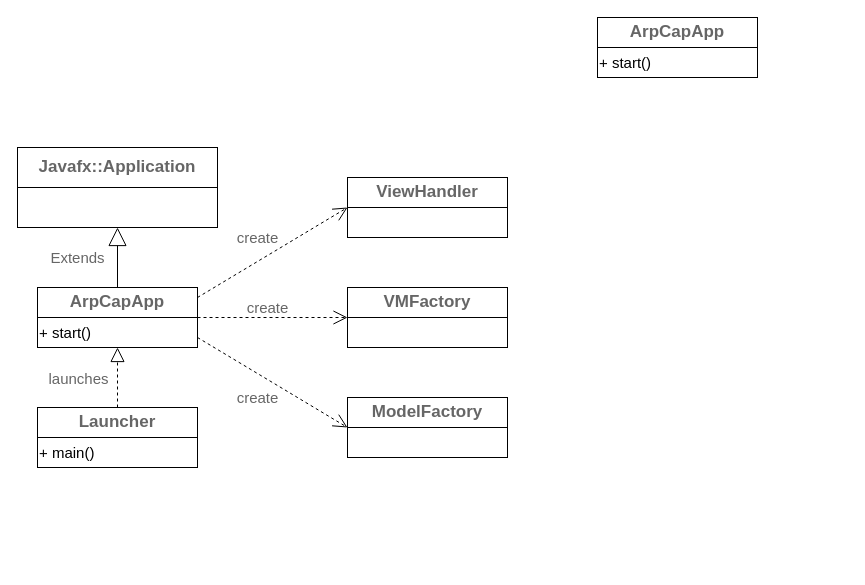
This is CS/ComputerNetwork/ArpCapture.drawio from umiskky/Diagrams, a draw.io file, before an edit. Source tidied: cells renumbered, new cells numbered last; positions are measured from the earlier drawing's top-left corner, leaving out a move shared by most shapes. Both pictures are drawn from the tidied source at 100%, with x=0, y=0 at pixel (17, 17).
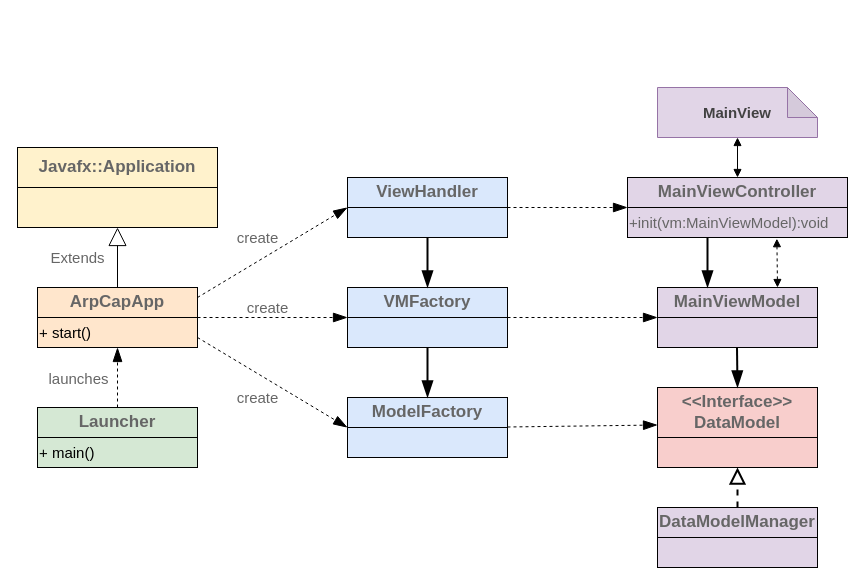
Above is the later version.

Unchanged cells that the change refers to:
```xml
<mxCell id="7" value="&lt;span style=&quot;color: rgb(0 , 0 , 0)&quot;&gt;+ start()&lt;/span&gt;" style="rounded=0;whiteSpace=wrap;html=1;shadow=0;dashed=0;fontSize=15;fontColor=#666666;strokeColor=#000000;strokeWidth=1;fillColor=inherit;gradientColor=inherit;align=left;" parent="5" vertex="1">
  <mxGeometry y="30" width="160" height="30" as="geometry" />
</mxCell>
<mxCell id="16" style="rounded=0;whiteSpace=wrap;html=1;shadow=0;dashed=0;fontSize=15;fontColor=#666666;strokeColor=#000000;strokeWidth=1;fillColor=inherit;gradientColor=inherit;align=left;" parent="14" vertex="1">
  <mxGeometry y="30" width="160" height="30" as="geometry" />
</mxCell>
<mxCell id="21" value="&lt;span style=&quot;font-size: 17px ; font-weight: 700&quot;&gt;VMFactory&lt;/span&gt;" style="rounded=0;whiteSpace=wrap;html=1;shadow=0;dashed=0;fontSize=15;fontColor=#666666;strokeColor=#000000;strokeWidth=1;fillColor=inherit;gradientColor=inherit;" parent="20" vertex="1">
  <mxGeometry width="160" height="30" as="geometry" />
</mxCell>
<mxCell id="22" style="rounded=0;whiteSpace=wrap;html=1;shadow=0;dashed=0;fontSize=15;fontColor=#666666;strokeColor=#000000;strokeWidth=1;fillColor=inherit;gradientColor=inherit;align=left;" parent="20" vertex="1">
  <mxGeometry y="30" width="160" height="30" as="geometry" />
</mxCell>
<mxCell id="24" value="&lt;span style=&quot;font-size: 17px ; font-weight: 700&quot;&gt;ModelFactory&lt;/span&gt;" style="rounded=0;whiteSpace=wrap;html=1;shadow=0;dashed=0;fontSize=15;fontColor=#666666;strokeColor=#000000;strokeWidth=1;fillColor=inherit;gradientColor=inherit;" parent="23" vertex="1">
  <mxGeometry width="160" height="30" as="geometry" />
</mxCell>
```

What changed in the source:
```diff
@@
-    <mxCell id="2" style="group;" parent="1" vertex="1">
+    <mxCell id="2" style="group;fillColor=#fff2cc;strokeColor=#d6b656;" parent="1" vertex="1">
       <mxGeometry y="130" width="200" height="80" as="geometry" />
     </mxCell>
@@
-    <mxCell id="5" style="group;" parent="1" vertex="1">
+    <mxCell id="5" style="group;fillColor=#ffe6cc;strokeColor=#d79b00;" parent="1" vertex="1">
       <mxGeometry x="20" y="270" width="160" height="60" as="geometry" />
     </mxCell>
@@
-    <mxCell id="9" style="group;" parent="1" vertex="1">
+    <mxCell id="9" style="group;fillColor=#d5e8d4;strokeColor=#82b366;" parent="1" vertex="1">
       <mxGeometry x="20" y="390" width="160" height="60" as="geometry" />
     </mxCell>
@@
-    <mxCell id="12" style="endArrow=block;dashed=1;endFill=0;endSize=12;html=1;fontSize=15;fontColor=#666666;entryX=0.5;entryY=1;entryDx=0;entryDy=0;" parent="9" edge="1" target="7">
+    <mxCell id="12" style="endArrow=blockThin;dashed=1;endFill=1;endSize=12;html=1;fontSize=15;fontColor=#666666;entryX=0.5;entryY=1;entryDx=0;entryDy=0;" parent="9" edge="1" target="7">
       <mxGeometry relative="1" as="geometry">
         <mxPoint x="80" as="sourcePoint" />
       </mxGeometry>
     </mxCell>
@@
-    <mxCell id="14" style="group;" parent="1" vertex="1">
+    <mxCell id="14" style="group;fillColor=#dae8fc;strokeColor=#6c8ebf;" parent="1" vertex="1">
       <mxGeometry x="330" y="160" width="160" height="60" as="geometry" />
     </mxCell>
@@
-    <mxCell id="17" style="group;" parent="1" vertex="1">
-      <mxGeometry x="580" width="160" height="60" as="geometry" />
-    </mxCell>
-    <mxCell id="18" value="&lt;span style=&quot;font-size: 17px ; font-weight: 700&quot;&gt;ArpCapApp&lt;/span&gt;" style="rounded=0;whiteSpace=wrap;html=1;shadow=0;dashed=0;fontSize=15;fontColor=#666666;strokeColor=#000000;strokeWidth=1;fillColor=inherit;gradientColor=inherit;" parent="17" vertex="1">
-      <mxGeometry width="160" height="30" as="geometry" />
-    </mxCell>
-    <mxCell id="19" value="&lt;span style=&quot;color: rgb(0 , 0 , 0)&quot;&gt;+ start()&lt;/span&gt;" style="rounded=0;whiteSpace=wrap;html=1;shadow=0;dashed=0;fontSize=15;fontColor=#666666;strokeColor=#000000;strokeWidth=1;fillColor=inherit;gradientColor=inherit;align=left;" parent="17" vertex="1">
-      <mxGeometry y="30" width="160" height="30" as="geometry" />
-    </mxCell>
-    <mxCell id="20" style="group;" parent="1" vertex="1">
+    <mxCell id="20" style="group;fillColor=#dae8fc;strokeColor=#6c8ebf;" parent="1" vertex="1">
       <mxGeometry x="330" y="270" width="160" height="60" as="geometry" />
     </mxCell>
@@
-    <mxCell id="23" style="group;" parent="1" vertex="1">
+    <mxCell id="23" style="group;fillColor=#dae8fc;strokeColor=#6c8ebf;" parent="1" vertex="1">
       <mxGeometry x="330" y="380" width="160" height="60" as="geometry" />
     </mxCell>
@@
-    <mxCell id="26" value="create" style="endArrow=open;endSize=12;dashed=1;html=1;fontSize=15;fontColor=#666666;entryX=0;entryY=0;entryDx=0;entryDy=0;" parent="1" edge="1" target="16">
+    <mxCell id="26" value="create" style="endArrow=blockThin;endSize=12;dashed=1;html=1;fontSize=15;fontColor=#666666;entryX=0;entryY=0;entryDx=0;entryDy=0;endFill=1;" parent="1" edge="1" target="16">
       <mxGeometry x="-0.06" y="21" relative="1" as="geometry">
         <mxPoint x="180" y="280" as="sourcePoint" />
       </mxGeometry>
     </mxCell>
-    <mxCell id="27" value="create" style="endArrow=open;endSize=12;dashed=1;html=1;fontSize=15;fontColor=#666666;" parent="1" edge="1">
+    <mxCell id="27" value="create" style="endArrow=blockThin;endSize=12;dashed=1;html=1;fontSize=15;fontColor=#666666;endFill=1;" parent="1" edge="1">
       <mxGeometry x="-0.07" y="10" relative="1" as="geometry">
         <mxPoint x="180" y="300" as="sourcePoint" />
         <mxPoint x="330" y="300" as="targetPoint" />
       </mxGeometry>
     </mxCell>
-    <mxCell id="28" value="create" style="endArrow=open;endSize=12;dashed=1;html=1;fontSize=15;fontColor=#666666;entryX=0;entryY=1;entryDx=0;entryDy=0;" parent="1" edge="1" target="24">
+    <mxCell id="28" value="create" style="endArrow=blockThin;endSize=12;dashed=1;html=1;fontSize=15;fontColor=#666666;entryX=0;entryY=1;entryDx=0;entryDy=0;endFill=1;" parent="1" edge="1" target="24">
       <mxGeometry x="-0.06" y="-21" relative="1" as="geometry">
         <mxPoint x="180" y="320" as="sourcePoint" />
       </mxGeometry>
     </mxCell>
+    <mxCell id="29" value="&lt;b&gt;&lt;font color=&quot;#424242&quot;&gt;MainView&lt;/font&gt;&lt;/b&gt;" style="shape=note;whiteSpace=wrap;html=1;backgroundOutline=1;darkOpacity=0.05;shadow=0;dashed=0;fontSize=15;strokeColor=#9673a6;strokeWidth=1;fillColor=#e1d5e7;" parent="1" vertex="1">
+      <mxGeometry x="640" y="70" width="160" height="50" as="geometry" />
+    </mxCell>
+    <mxCell id="30" style="group;fillColor=#e1d5e7;strokeColor=#9673a6;" parent="1" vertex="1">
+      <mxGeometry x="610" y="160" width="220" height="60" as="geometry" />
+    </mxCell>
+    <mxCell id="31" value="&lt;span style=&quot;font-size: 17px ; font-weight: 700&quot;&gt;MainViewController&lt;/span&gt;" style="rounded=0;whiteSpace=wrap;html=1;shadow=0;dashed=0;fontSize=15;fontColor=#666666;strokeColor=#000000;strokeWidth=1;fillColor=inherit;gradientColor=inherit;" parent="30" vertex="1">
+      <mxGeometry width="220" height="30" as="geometry" />
+    </mxCell>
+    <mxCell id="32" value="+init(vm:MainViewModel):void" style="rounded=0;whiteSpace=wrap;html=1;shadow=0;dashed=0;fontSize=15;fontColor=#666666;strokeColor=#000000;strokeWidth=1;fillColor=inherit;gradientColor=inherit;align=left;" parent="30" vertex="1">
+      <mxGeometry y="30" width="220" height="30" as="geometry" />
+    </mxCell>
+    <mxCell id="33" style="group;fillColor=#e1d5e7;strokeColor=#9673a6;" parent="1" vertex="1">
+      <mxGeometry x="640" y="270" width="160" height="60" as="geometry" />
+    </mxCell>
+    <mxCell id="34" value="&lt;span style=&quot;font-size: 17px ; font-weight: 700&quot;&gt;MainViewModel&lt;/span&gt;" style="rounded=0;whiteSpace=wrap;html=1;shadow=0;dashed=0;fontSize=15;fontColor=#666666;strokeColor=#000000;strokeWidth=1;fillColor=inherit;gradientColor=inherit;" parent="33" vertex="1">
+      <mxGeometry width="160" height="30" as="geometry" />
+    </mxCell>
+    <mxCell id="35" style="rounded=0;whiteSpace=wrap;html=1;shadow=0;dashed=0;fontSize=15;fontColor=#666666;strokeColor=#000000;strokeWidth=1;fillColor=inherit;gradientColor=inherit;align=left;" parent="33" vertex="1">
+      <mxGeometry y="30" width="160" height="30" as="geometry" />
+    </mxCell>
+    <mxCell id="36" style="group;fillColor=#f8cecc;strokeColor=#b85450;" parent="1" vertex="1">
+      <mxGeometry x="640" y="370" width="160" height="80" as="geometry" />
+    </mxCell>
+    <mxCell id="37" value="&lt;span style=&quot;font-size: 17px&quot;&gt;&lt;b&gt;&amp;lt;&amp;lt;Interface&amp;gt;&amp;gt;&lt;br&gt;DataModel&lt;br&gt;&lt;/b&gt;&lt;/span&gt;" style="rounded=0;whiteSpace=wrap;html=1;shadow=0;dashed=0;fontSize=15;fontColor=#666666;strokeColor=#000000;strokeWidth=1;fillColor=inherit;gradientColor=inherit;" parent="36" vertex="1">
+      <mxGeometry width="160" height="50" as="geometry" />
+    </mxCell>
+    <mxCell id="38" style="rounded=0;whiteSpace=wrap;html=1;shadow=0;dashed=0;fontSize=15;fontColor=#666666;strokeColor=#000000;strokeWidth=1;fillColor=inherit;gradientColor=inherit;align=left;" parent="36" vertex="1">
+      <mxGeometry y="50" width="160" height="30" as="geometry" />
+    </mxCell>
+    <mxCell id="39" style="group;fillColor=#e1d5e7;strokeColor=#9673a6;" parent="1" vertex="1">
+      <mxGeometry x="640" y="490" width="160" height="60" as="geometry" />
+    </mxCell>
+    <mxCell id="40" value="&lt;span style=&quot;font-size: 17px ; font-weight: 700&quot;&gt;DataModelManager&lt;/span&gt;" style="rounded=0;whiteSpace=wrap;html=1;shadow=0;dashed=0;fontSize=15;fontColor=#666666;strokeColor=#000000;strokeWidth=1;fillColor=inherit;gradientColor=inherit;" parent="39" vertex="1">
+      <mxGeometry width="160" height="30" as="geometry" />
+    </mxCell>
+    <mxCell id="41" style="rounded=0;whiteSpace=wrap;html=1;shadow=0;dashed=0;fontSize=15;fontColor=#666666;strokeColor=#000000;strokeWidth=1;fillColor=inherit;gradientColor=inherit;align=left;" parent="39" vertex="1">
+      <mxGeometry y="30" width="160" height="30" as="geometry" />
+    </mxCell>
+    <mxCell id="42" style="endArrow=block;dashed=1;endFill=0;endSize=12;html=1;shadow=0;fontSize=15;fontColor=#666666;strokeWidth=2;entryX=0.5;entryY=1;entryDx=0;entryDy=0;" parent="39" edge="1" target="38">
+      <mxGeometry relative="1" as="geometry">
+        <mxPoint x="80" as="sourcePoint" />
+      </mxGeometry>
+    </mxCell>
+    <mxCell id="43" style="endArrow=blockThin;endSize=12;dashed=1;html=1;shadow=0;fontSize=15;fontColor=#666666;endFill=1;" parent="1" edge="1">
+      <mxGeometry relative="1" as="geometry">
+        <mxPoint x="490" y="190" as="sourcePoint" />
+        <mxPoint x="610" y="190" as="targetPoint" />
+      </mxGeometry>
+    </mxCell>
+    <mxCell id="44" style="endArrow=blockThin;endSize=12;dashed=1;html=1;shadow=0;fontSize=15;fontColor=#666666;entryX=0;entryY=1;entryDx=0;entryDy=0;exitX=1;exitY=0;exitDx=0;exitDy=0;endFill=1;" parent="1" edge="1" source="22" target="34">
+      <mxGeometry relative="1" as="geometry" />
+    </mxCell>
+    <mxCell id="45" style="endArrow=blockThin;endSize=12;dashed=1;html=1;shadow=0;fontSize=15;fontColor=#666666;entryX=0;entryY=0.75;entryDx=0;entryDy=0;endFill=1;" parent="1" edge="1" target="37">
+      <mxGeometry relative="1" as="geometry">
+        <mxPoint x="490" y="409.5" as="sourcePoint" />
+      </mxGeometry>
+    </mxCell>
+    <mxCell id="46" style="endArrow=block;startArrow=block;endFill=1;startFill=1;html=1;shadow=0;fontSize=15;fontColor=#666666;entryX=0.5;entryY=1;entryDx=0;entryDy=0;entryPerimeter=0;exitX=0.5;exitY=0;exitDx=0;exitDy=0;" parent="1" edge="1" source="31" target="29">
+      <mxGeometry relative="1" as="geometry" />
+    </mxCell>
+    <mxCell id="47" style="endArrow=block;startArrow=block;endFill=1;startFill=1;html=1;shadow=0;fontSize=15;fontColor=#666666;exitX=0.75;exitY=0;exitDx=0;exitDy=0;entryX=0.679;entryY=1.04;entryDx=0;entryDy=0;entryPerimeter=0;dashed=1;" parent="1" edge="1" source="34" target="32">
+      <mxGeometry relative="1" as="geometry" />
+    </mxCell>
+    <mxCell id="48" style="endArrow=blockThin;endFill=1;endSize=12;html=1;shadow=0;fontSize=15;fontColor=#666666;strokeWidth=2;startArrow=none;startFill=0;" parent="1" edge="1" target="21">
+      <mxGeometry relative="1" as="geometry">
+        <mxPoint x="410" y="220" as="sourcePoint" />
+      </mxGeometry>
+    </mxCell>
+    <mxCell id="49" style="endArrow=blockThin;endFill=1;endSize=12;html=1;shadow=0;fontSize=15;fontColor=#666666;strokeWidth=2;startArrow=none;startFill=0;exitX=0.5;exitY=1;exitDx=0;exitDy=0;entryX=0.5;entryY=0;entryDx=0;entryDy=0;" parent="1" edge="1" source="22" target="24">
+      <mxGeometry relative="1" as="geometry" />
+    </mxCell>
+    <mxCell id="50" style="endArrow=blockThin;endFill=1;endSize=12;html=1;shadow=0;fontSize=15;fontColor=#666666;strokeWidth=2;startArrow=none;startFill=0;" parent="1" edge="1">
+      <mxGeometry relative="1" as="geometry">
+        <mxPoint x="690" y="220" as="sourcePoint" />
+        <mxPoint x="690" y="270" as="targetPoint" />
+      </mxGeometry>
+    </mxCell>
+    <mxCell id="51" style="endArrow=blockThin;endFill=1;endSize=12;html=1;shadow=0;fontSize=15;fontColor=#666666;strokeWidth=2;startArrow=none;startFill=0;" parent="1" edge="1">
+      <mxGeometry relative="1" as="geometry">
+        <mxPoint x="719.5" y="330" as="sourcePoint" />
+        <mxPoint x="720" y="370" as="targetPoint" />
+      </mxGeometry>
+    </mxCell>
```
